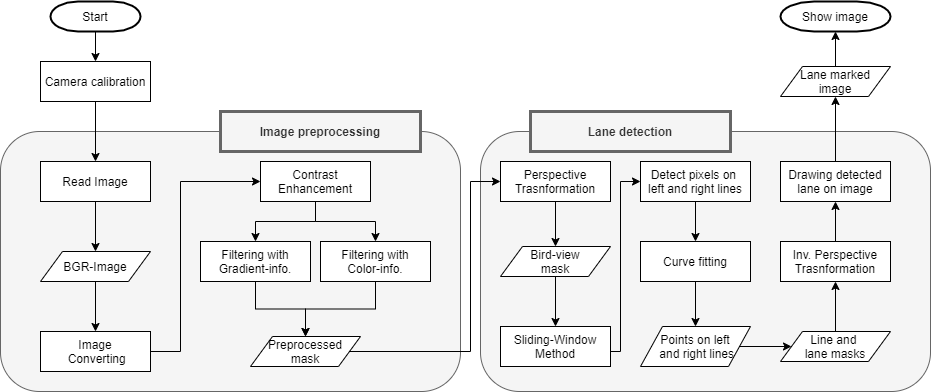
Before: Flow_Charts/Structure.png, a diagram exported from draw.io (Duseob-Song/Computer-Visoin). Source tidied: cells renumbered, new cells last; positions are measured from the earlier drawing's top-left corner, leaving out a move shared by most shapes.
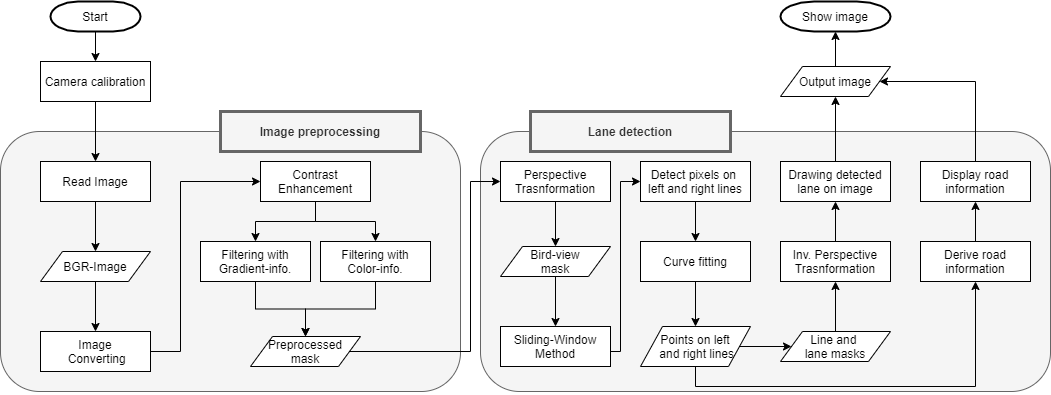
The same file after the commit.

Commit message:
flow chart changed

Change to the diagram source:
```diff
@@ -3,7 +3,7 @@
     <mxCell id="0" />
     <mxCell id="1" parent="0" />
     <mxCell id="2" style="rounded=1;whiteSpace=wrap;html=1;fillColor=#f5f5f5;strokeColor=#666666;fontColor=#333333;" parent="1" vertex="1">
-      <mxGeometry x="480" y="130" width="450" height="260" as="geometry" />
+      <mxGeometry x="480" y="130" width="570" height="260" as="geometry" />
     </mxCell>
     <mxCell id="3" style="rounded=1;whiteSpace=wrap;html=1;fillColor=#f5f5f5;strokeColor=#666666;fontColor=#333333;" parent="1" vertex="1">
       <mxGeometry y="130" width="460" height="260" as="geometry" />
@@ -104,6 +104,9 @@
     <mxCell id="30" style="edgeStyle=orthogonalEdgeStyle;rounded=0;jettySize=auto;html=1;entryX=0;entryY=0.5;entryDx=0;entryDy=0;" parent="1" edge="1" source="31" target="33">
       <mxGeometry relative="1" as="geometry" />
     </mxCell>
+    <mxCell id="46" style="edgeStyle=orthogonalEdgeStyle;rounded=0;jettySize=auto;html=1;entryX=0.5;entryY=1;entryDx=0;entryDy=0;exitX=0.5;exitY=1;exitDx=0;exitDy=0;" parent="1" edge="1" source="31" target="48">
+      <mxGeometry relative="1" as="geometry" />
+    </mxCell>
     <mxCell id="31" value="Points on left&lt;br&gt;&amp;nbsp;and right lines" style="shape=parallelogram;perimeter=parallelogramPerimeter;whiteSpace=wrap;html=1;" parent="1" vertex="1">
       <mxGeometry x="640" y="325" width="110" height="40" as="geometry" />
     </mxCell>
@@ -128,7 +131,7 @@
     <mxCell id="38" style="edgeStyle=orthogonalEdgeStyle;rounded=0;jettySize=auto;html=1;fontFamily=Verdana;" parent="1" edge="1" source="39" target="40">
       <mxGeometry relative="1" as="geometry" />
     </mxCell>
-    <mxCell id="39" value="Lane marked&lt;br&gt;image" style="shape=parallelogram;perimeter=parallelogramPerimeter;whiteSpace=wrap;html=1;" parent="1" vertex="1">
+    <mxCell id="39" value="Output image" style="shape=parallelogram;perimeter=parallelogramPerimeter;whiteSpace=wrap;html=1;" parent="1" vertex="1">
       <mxGeometry x="780" y="65" width="110" height="30" as="geometry" />
     </mxCell>
     <mxCell id="40" value="Show image" style="strokeWidth=2;html=1;shape=mxgraph.flowchart.terminator;whiteSpace=wrap;" parent="1" vertex="1">
@@ -149,5 +152,21 @@
     <mxCell id="45" value="Image&lt;br&gt;&amp;nbsp;Converting&lt;br&gt;" style="rounded=0;whiteSpace=wrap;html=1;" parent="1" vertex="1">
       <mxGeometry x="40" y="330" width="110" height="40" as="geometry" />
     </mxCell>
+    <mxCell id="47" style="edgeStyle=orthogonalEdgeStyle;rounded=0;jettySize=auto;html=1;" parent="1" edge="1" source="48" target="50">
+      <mxGeometry relative="1" as="geometry" />
+    </mxCell>
+    <mxCell id="48" value="Derive road information" style="rounded=0;whiteSpace=wrap;html=1;" parent="1" vertex="1">
+      <mxGeometry x="920" y="240" width="110" height="40" as="geometry" />
+    </mxCell>
+    <mxCell id="49" style="edgeStyle=orthogonalEdgeStyle;rounded=0;jettySize=auto;html=1;entryX=1;entryY=0.5;entryDx=0;entryDy=0;exitX=0.5;exitY=0;exitDx=0;exitDy=0;" parent="1" edge="1" source="50" target="39">
+      <mxGeometry relative="1" as="geometry">
+        <Array as="points">
+          <mxPoint x="975" y="80" />
+        </Array>
+      </mxGeometry>
+    </mxCell>
+    <mxCell id="50" value="Display road information" style="rounded=0;whiteSpace=wrap;html=1;" parent="1" vertex="1">
+      <mxGeometry x="920" y="160" width="110" height="40" as="geometry" />
+    </mxCell>
   </root>
 </mxGraphModel>
```
